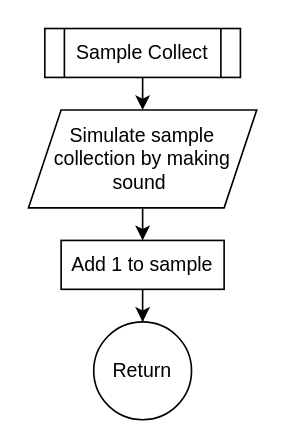
jens1906/P1-project-1.-semester keeps this draw.io diagram as Draw/sampleCollect.drawio. Above is the earlier version. Source tidied: cells renumbered, new cells numbered last; positions are measured from the earlier drawing's top-left corner, leaving out a move shared by most shapes. Both pictures are drawn from the tidied source at 163%, with x=0, y=0 at pixel (28, 28).
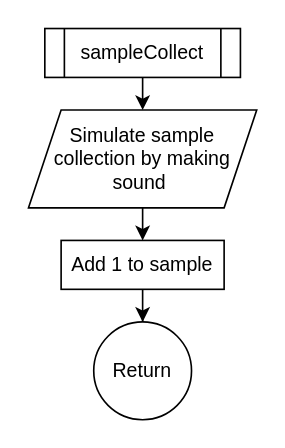
After the change.

Diff of the diagram source:
```diff
@@
 <mxGraphModel>
   <root>
     <mxCell id="0" />
     <mxCell id="1" parent="0" />
     <mxCell id="2" style="edgeStyle=orthogonalEdgeStyle;rounded=0;jettySize=auto;html=1;exitX=0.5;exitY=1;exitDx=0;exitDy=0;entryX=0.5;entryY=0;entryDx=0;entryDy=0;" parent="1" edge="1" source="3" target="8">
       <mxGeometry relative="1" as="geometry" />
     </mxCell>
-    <mxCell id="3" value="Sample Collect" style="shape=process;whiteSpace=wrap;html=1;backgroundOutline=1;" parent="1" vertex="1">
+    <mxCell id="3" value="sampleCollect" style="shape=process;whiteSpace=wrap;html=1;backgroundOutline=1;" parent="1" vertex="1">
       <mxGeometry x="10" width="120" height="30" as="geometry" />
     </mxCell>
     <mxCell id="4" style="edgeStyle=orthogonalEdgeStyle;rounded=0;jettySize=auto;html=1;" parent="1" edge="1" source="5" target="6">
       <mxGeometry relative="1" as="geometry" />
     </mxCell>
     <mxCell id="5" value="Add 1 to sample" style="whiteSpace=wrap;html=1;" parent="1" vertex="1">
       <mxGeometry x="20" y="130" width="100" height="30" as="geometry" />
     </mxCell>
     <mxCell id="6" value="Return" style="ellipse;whiteSpace=wrap;html=1;" parent="1" vertex="1">
       <mxGeometry x="40" y="180" width="60" height="60" as="geometry" />
     </mxCell>
     <mxCell id="7" style="edgeStyle=orthogonalEdgeStyle;rounded=0;jettySize=auto;html=1;exitX=0.5;exitY=1;exitDx=0;exitDy=0;entryX=0.5;entryY=0;entryDx=0;entryDy=0;" parent="1" edge="1" source="8" target="5">
       <mxGeometry relative="1" as="geometry" />
     </mxCell>
     <mxCell id="8" value="Simulate sample collection by making sound&amp;nbsp;" style="shape=parallelogram;perimeter=parallelogramPerimeter;whiteSpace=wrap;html=1;fixedSize=1;" parent="1" vertex="1">
       <mxGeometry y="50" width="140" height="60" as="geometry" />
     </mxCell>
   </root>
 </mxGraphModel>
```
